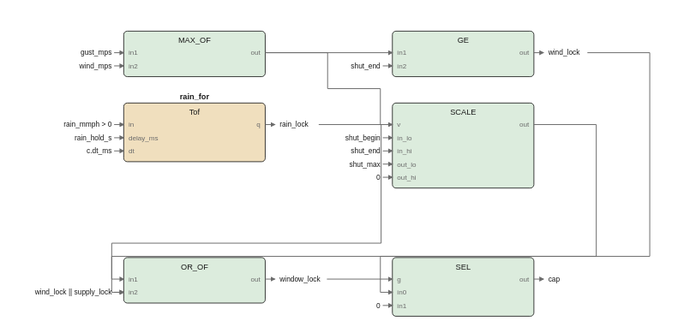
pstch/botanik2 keeps this draw.io diagram as images/logic/roof_lockout_fbd.drawio.svg. Above is the earlier version. Source tidied: cells renumbered, new cells last; positions are measured from the earlier drawing's top-left corner, leaving out a move shared by most shapes.
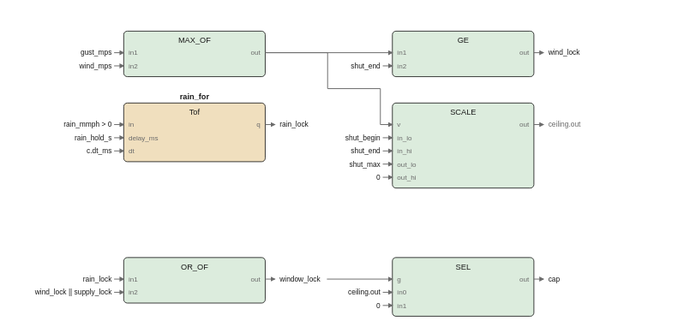
The same diagram one commit later.

What changed in the source:
```diff
@@ -148,32 +148,17 @@
     </mxCell>
     <mxCell id="46" style="edgeStyle=none;html=1;strokeColor=#6b6b6b;endArrow=block;" parent="1" edge="1">
       <mxGeometry relative="1" as="geometry">
-        <mxPoint x="128" y="18" as="sourcePoint" />
-        <mxPoint x="234" y="18" as="targetPoint" />
+        <mxPoint x="352" y="78" as="sourcePoint" />
+        <mxPoint x="360" y="78" as="targetPoint" />
       </mxGeometry>
     </mxCell>
-    <mxCell id="47" style="edgeStyle=none;html=1;strokeColor=#6b6b6b;endArrow=block;" parent="1" edge="1">
-      <mxGeometry relative="1" as="geometry">
-        <mxPoint x="172.6" y="78" as="sourcePoint" />
-        <mxPoint x="10" y="207" as="targetPoint" />
-        <Array as="points">
-          <mxPoint x="224.6" y="78" />
-          <mxPoint x="224.6" y="177" />
-          <mxPoint y="177" />
-          <mxPoint y="207" />
-        </Array>
-      </mxGeometry>
-    </mxCell>
+    <mxCell id="76" value="ceiling.out" style="text;html=1;fontSize=6;fontColor=#6b6b6b;align=left;" parent="1" vertex="1">
+      <mxGeometry x="364" y="74" width="55" height="10" as="geometry" />
+    </mxCell>
     <mxCell id="48" style="edgeStyle=none;html=1;strokeColor=#6b6b6b;endArrow=block;" parent="1" edge="1">
       <mxGeometry relative="1" as="geometry">
-        <mxPoint x="396.6" y="18" as="sourcePoint" />
-        <mxPoint x="10" y="218" as="targetPoint" />
-        <Array as="points">
-          <mxPoint x="448.6" y="18" />
-          <mxPoint x="448.6" y="188" />
-          <mxPoint y="188" />
-          <mxPoint y="218" />
-        </Array>
+        <mxPoint x="128" y="18" as="sourcePoint" />
+        <mxPoint x="234" y="18" as="targetPoint" />
       </mxGeometry>
     </mxCell>
     <mxCell id="49" style="edgeStyle=none;html=1;strokeColor=#6b6b6b;endArrow=block;" parent="1" edge="1">
@@ -194,125 +179,131 @@
         <mxPoint x="234" y="207" as="targetPoint" />
       </mxGeometry>
     </mxCell>
-    <mxCell id="51" style="edgeStyle=none;html=1;strokeColor=#6b6b6b;endArrow=block;" parent="1" edge="1">
-      <mxGeometry relative="1" as="geometry">
-        <mxPoint x="352" y="78" as="sourcePoint" />
-        <mxPoint x="234" y="218" as="targetPoint" />
-        <Array as="points">
-          <mxPoint x="404" y="78" />
-          <mxPoint x="404" y="188" />
-          <mxPoint x="224" y="188" />
-          <mxPoint x="224" y="218" />
-        </Array>
-      </mxGeometry>
-    </mxCell>
     <mxCell id="52" value="gust_mps" style="text;html=1;fontSize=6;fontColor=#1a1a1a;align=left;" parent="1" vertex="1">
       <mxGeometry y="14" width="40" height="10" as="geometry" />
     </mxCell>
-    <mxCell id="53" style="edgeStyle=none;html=1;strokeColor=#6b6b6b;endArrow=block;" parent="1" edge="1">
-      <mxGeometry relative="1" as="geometry">
-        <mxPoint x="2" y="18" as="sourcePoint" />
-        <mxPoint x="10" y="18" as="targetPoint" />
-      </mxGeometry>
-    </mxCell>
+    <mxCell id="77" style="edgeStyle=none;html=1;strokeColor=#6b6b6b;endArrow=block;" parent="1" edge="1">
+      <mxGeometry relative="1" as="geometry">
+        <mxPoint x="2" y="18" as="sourcePoint" />
+        <mxPoint x="10" y="18" as="targetPoint" />
+      </mxGeometry>
+    </mxCell>
     <mxCell id="54" value="wind_mps" style="text;html=1;fontSize=6;fontColor=#1a1a1a;align=left;" parent="1" vertex="1">
       <mxGeometry y="25" width="40" height="10" as="geometry" />
     </mxCell>
-    <mxCell id="55" style="edgeStyle=none;html=1;strokeColor=#6b6b6b;endArrow=block;" parent="1" edge="1">
-      <mxGeometry relative="1" as="geometry">
-        <mxPoint x="2" y="29" as="sourcePoint" />
-        <mxPoint x="10" y="29" as="targetPoint" />
-      </mxGeometry>
-    </mxCell>
+    <mxCell id="78" style="edgeStyle=none;html=1;strokeColor=#6b6b6b;endArrow=block;" parent="1" edge="1">
+      <mxGeometry relative="1" as="geometry">
+        <mxPoint x="2" y="29" as="sourcePoint" />
+        <mxPoint x="10" y="29" as="targetPoint" />
+      </mxGeometry>
+    </mxCell>
     <mxCell id="56" value="rain_mmph &gt; 0" style="text;html=1;fontSize=6;fontColor=#1a1a1a;align=left;" parent="1" vertex="1">
       <mxGeometry y="74" width="65" height="10" as="geometry" />
     </mxCell>
-    <mxCell id="57" style="edgeStyle=none;html=1;strokeColor=#6b6b6b;endArrow=block;" parent="1" edge="1">
-      <mxGeometry relative="1" as="geometry">
-        <mxPoint x="2" y="78" as="sourcePoint" />
-        <mxPoint x="10" y="78" as="targetPoint" />
-      </mxGeometry>
-    </mxCell>
+    <mxCell id="79" style="edgeStyle=none;html=1;strokeColor=#6b6b6b;endArrow=block;" parent="1" edge="1">
+      <mxGeometry relative="1" as="geometry">
+        <mxPoint x="2" y="78" as="sourcePoint" />
+        <mxPoint x="10" y="78" as="targetPoint" />
+      </mxGeometry>
+    </mxCell>
     <mxCell id="58" value="rain_hold_s" style="text;html=1;fontSize=6;fontColor=#1a1a1a;align=left;" parent="1" vertex="1">
       <mxGeometry y="85" width="55" height="10" as="geometry" />
     </mxCell>
-    <mxCell id="59" style="edgeStyle=none;html=1;strokeColor=#6b6b6b;endArrow=block;" parent="1" edge="1">
-      <mxGeometry relative="1" as="geometry">
-        <mxPoint x="2" y="89" as="sourcePoint" />
-        <mxPoint x="10" y="89" as="targetPoint" />
-      </mxGeometry>
-    </mxCell>
+    <mxCell id="80" style="edgeStyle=none;html=1;strokeColor=#6b6b6b;endArrow=block;" parent="1" edge="1">
+      <mxGeometry relative="1" as="geometry">
+        <mxPoint x="2" y="89" as="sourcePoint" />
+        <mxPoint x="10" y="89" as="targetPoint" />
+      </mxGeometry>
+    </mxCell>
     <mxCell id="60" value="c.dt_ms" style="text;html=1;fontSize=6;fontColor=#1a1a1a;align=left;" parent="1" vertex="1">
       <mxGeometry y="96" width="40" height="10" as="geometry" />
     </mxCell>
-    <mxCell id="61" style="edgeStyle=none;html=1;strokeColor=#6b6b6b;endArrow=block;" parent="1" edge="1">
-      <mxGeometry relative="1" as="geometry">
-        <mxPoint x="2" y="100" as="sourcePoint" />
-        <mxPoint x="10" y="100" as="targetPoint" />
-      </mxGeometry>
-    </mxCell>
+    <mxCell id="81" style="edgeStyle=none;html=1;strokeColor=#6b6b6b;endArrow=block;" parent="1" edge="1">
+      <mxGeometry relative="1" as="geometry">
+        <mxPoint x="2" y="100" as="sourcePoint" />
+        <mxPoint x="10" y="100" as="targetPoint" />
+      </mxGeometry>
+    </mxCell>
     <mxCell id="62" value="shut_end" style="text;html=1;fontSize=6;fontColor=#1a1a1a;align=left;" parent="1" vertex="1">
       <mxGeometry x="224" y="25" width="40" height="10" as="geometry" />
     </mxCell>
-    <mxCell id="63" style="edgeStyle=none;html=1;strokeColor=#6b6b6b;endArrow=block;" parent="1" edge="1">
-      <mxGeometry relative="1" as="geometry">
-        <mxPoint x="226" y="29" as="sourcePoint" />
-        <mxPoint x="234" y="29" as="targetPoint" />
-      </mxGeometry>
-    </mxCell>
+    <mxCell id="82" style="edgeStyle=none;html=1;strokeColor=#6b6b6b;endArrow=block;" parent="1" edge="1">
+      <mxGeometry relative="1" as="geometry">
+        <mxPoint x="226" y="29" as="sourcePoint" />
+        <mxPoint x="234" y="29" as="targetPoint" />
+      </mxGeometry>
+    </mxCell>
+    <mxCell id="83" value="rain_lock" style="text;html=1;fontSize=6;fontColor=#1a1a1a;align=left;" parent="1" vertex="1">
+      <mxGeometry y="203" width="45" height="10" as="geometry" />
+    </mxCell>
+    <mxCell id="84" style="edgeStyle=none;html=1;strokeColor=#6b6b6b;endArrow=block;" parent="1" edge="1">
+      <mxGeometry relative="1" as="geometry">
+        <mxPoint x="2" y="207" as="sourcePoint" />
+        <mxPoint x="10" y="207" as="targetPoint" />
+      </mxGeometry>
+    </mxCell>
     <mxCell id="64" value="wind_lock || supply_lock" style="text;html=1;fontSize=6;fontColor=#1a1a1a;align=left;" parent="1" vertex="1">
       <mxGeometry y="214" width="120" height="10" as="geometry" />
     </mxCell>
-    <mxCell id="65" style="edgeStyle=none;html=1;strokeColor=#6b6b6b;endArrow=block;" parent="1" edge="1">
-      <mxGeometry relative="1" as="geometry">
-        <mxPoint x="2" y="218" as="sourcePoint" />
-        <mxPoint x="10" y="218" as="targetPoint" />
-      </mxGeometry>
-    </mxCell>
+    <mxCell id="85" style="edgeStyle=none;html=1;strokeColor=#6b6b6b;endArrow=block;" parent="1" edge="1">
+      <mxGeometry relative="1" as="geometry">
+        <mxPoint x="2" y="218" as="sourcePoint" />
+        <mxPoint x="10" y="218" as="targetPoint" />
+      </mxGeometry>
+    </mxCell>
     <mxCell id="66" value="shut_begin" style="text;html=1;fontSize=6;fontColor=#1a1a1a;align=left;" parent="1" vertex="1">
       <mxGeometry x="224" y="85" width="50" height="10" as="geometry" />
     </mxCell>
-    <mxCell id="67" style="edgeStyle=none;html=1;strokeColor=#6b6b6b;endArrow=block;" parent="1" edge="1">
-      <mxGeometry relative="1" as="geometry">
-        <mxPoint x="226" y="89" as="sourcePoint" />
-        <mxPoint x="234" y="89" as="targetPoint" />
-      </mxGeometry>
-    </mxCell>
+    <mxCell id="86" style="edgeStyle=none;html=1;strokeColor=#6b6b6b;endArrow=block;" parent="1" edge="1">
+      <mxGeometry relative="1" as="geometry">
+        <mxPoint x="226" y="89" as="sourcePoint" />
+        <mxPoint x="234" y="89" as="targetPoint" />
+      </mxGeometry>
+    </mxCell>
     <mxCell id="68" value="shut_end" style="text;html=1;fontSize=6;fontColor=#1a1a1a;align=left;" parent="1" vertex="1">
       <mxGeometry x="224" y="96" width="40" height="10" as="geometry" />
     </mxCell>
-    <mxCell id="69" style="edgeStyle=none;html=1;strokeColor=#6b6b6b;endArrow=block;" parent="1" edge="1">
-      <mxGeometry relative="1" as="geometry">
-        <mxPoint x="226" y="100" as="sourcePoint" />
-        <mxPoint x="234" y="100" as="targetPoint" />
-      </mxGeometry>
-    </mxCell>
+    <mxCell id="87" style="edgeStyle=none;html=1;strokeColor=#6b6b6b;endArrow=block;" parent="1" edge="1">
+      <mxGeometry relative="1" as="geometry">
+        <mxPoint x="226" y="100" as="sourcePoint" />
+        <mxPoint x="234" y="100" as="targetPoint" />
+      </mxGeometry>
+    </mxCell>
     <mxCell id="70" value="shut_max" style="text;html=1;fontSize=6;fontColor=#1a1a1a;align=left;" parent="1" vertex="1">
       <mxGeometry x="224" y="107" width="40" height="10" as="geometry" />
     </mxCell>
-    <mxCell id="71" style="edgeStyle=none;html=1;strokeColor=#6b6b6b;endArrow=block;" parent="1" edge="1">
-      <mxGeometry relative="1" as="geometry">
-        <mxPoint x="226" y="111" as="sourcePoint" />
-        <mxPoint x="234" y="111" as="targetPoint" />
-      </mxGeometry>
-    </mxCell>
+    <mxCell id="88" style="edgeStyle=none;html=1;strokeColor=#6b6b6b;endArrow=block;" parent="1" edge="1">
+      <mxGeometry relative="1" as="geometry">
+        <mxPoint x="226" y="111" as="sourcePoint" />
+        <mxPoint x="234" y="111" as="targetPoint" />
+      </mxGeometry>
+    </mxCell>
     <mxCell id="72" value="0" style="text;html=1;fontSize=6;fontColor=#1a1a1a;align=left;" parent="1" vertex="1">
       <mxGeometry x="224" y="118" width="40" height="10" as="geometry" />
     </mxCell>
-    <mxCell id="73" style="edgeStyle=none;html=1;strokeColor=#6b6b6b;endArrow=block;" parent="1" edge="1">
-      <mxGeometry relative="1" as="geometry">
-        <mxPoint x="226" y="122" as="sourcePoint" />
-        <mxPoint x="234" y="122" as="targetPoint" />
-      </mxGeometry>
-    </mxCell>
+    <mxCell id="89" style="edgeStyle=none;html=1;strokeColor=#6b6b6b;endArrow=block;" parent="1" edge="1">
+      <mxGeometry relative="1" as="geometry">
+        <mxPoint x="226" y="122" as="sourcePoint" />
+        <mxPoint x="234" y="122" as="targetPoint" />
+      </mxGeometry>
+    </mxCell>
+    <mxCell id="90" value="ceiling.out" style="text;html=1;fontSize=6;fontColor=#1a1a1a;align=left;" parent="1" vertex="1">
+      <mxGeometry x="224" y="214" width="55" height="10" as="geometry" />
+    </mxCell>
+    <mxCell id="91" style="edgeStyle=none;html=1;strokeColor=#6b6b6b;endArrow=block;" parent="1" edge="1">
+      <mxGeometry relative="1" as="geometry">
+        <mxPoint x="226" y="218" as="sourcePoint" />
+        <mxPoint x="234" y="218" as="targetPoint" />
+      </mxGeometry>
+    </mxCell>
     <mxCell id="74" value="0" style="text;html=1;fontSize=6;fontColor=#1a1a1a;align=left;" parent="1" vertex="1">
       <mxGeometry x="224" y="225" width="40" height="10" as="geometry" />
     </mxCell>
-    <mxCell id="75" style="edgeStyle=none;html=1;strokeColor=#6b6b6b;endArrow=block;" parent="1" edge="1">
-      <mxGeometry relative="1" as="geometry">
-        <mxPoint x="226" y="229" as="sourcePoint" />
-        <mxPoint x="234" y="229" as="targetPoint" />
-      </mxGeometry>
-    </mxCell>
+    <mxCell id="92" style="edgeStyle=none;html=1;strokeColor=#6b6b6b;endArrow=block;" parent="1" edge="1">
+      <mxGeometry relative="1" as="geometry">
+        <mxPoint x="226" y="229" as="sourcePoint" />
+        <mxPoint x="234" y="229" as="targetPoint" />
+      </mxGeometry>
+    </mxCell>
   </root>
 </mxGraphModel>
```
